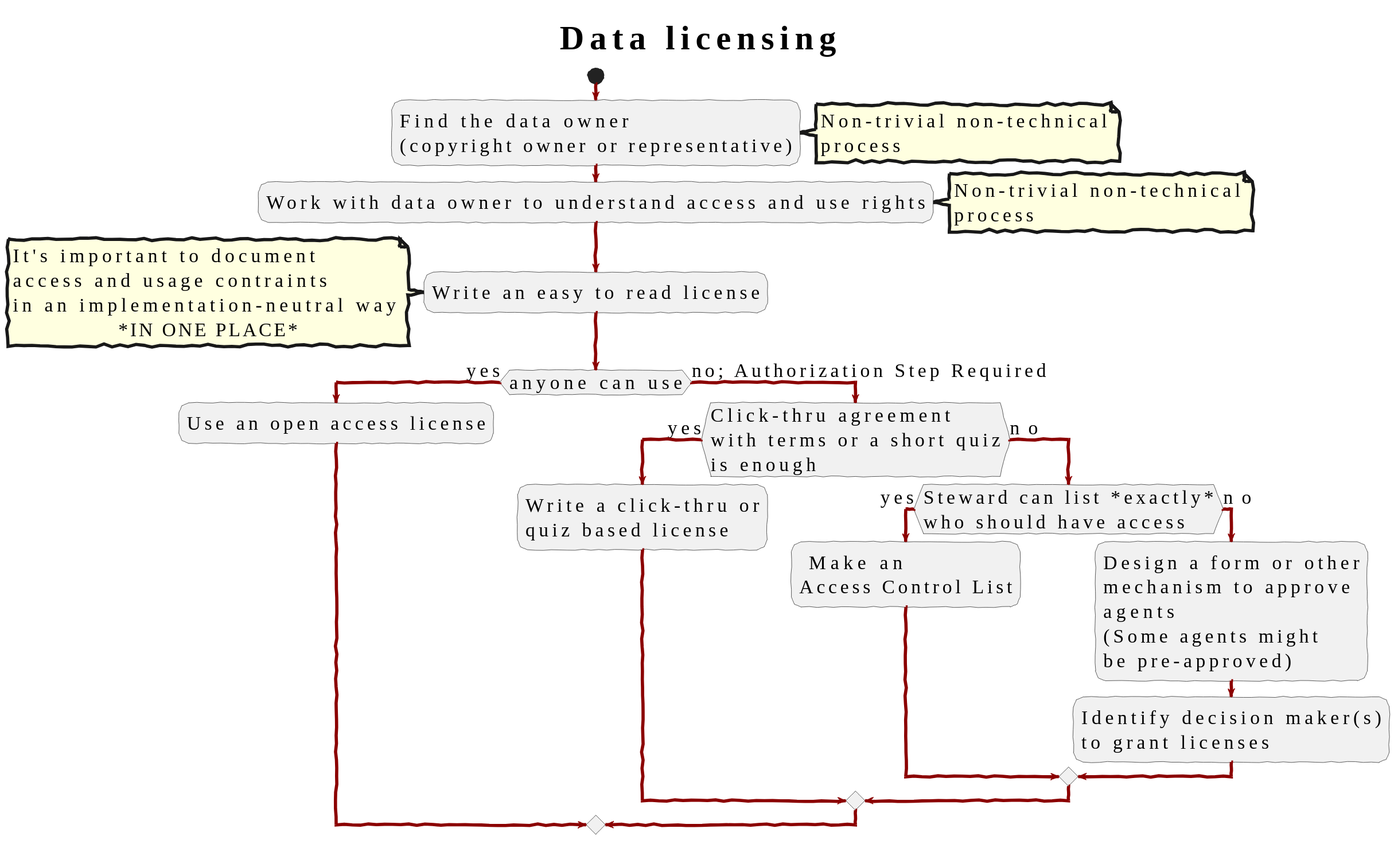
The PlantUML diagram ldaca/data-licensing.svg in Language-Research-Technology/plantuml-diagrams, before a commit.
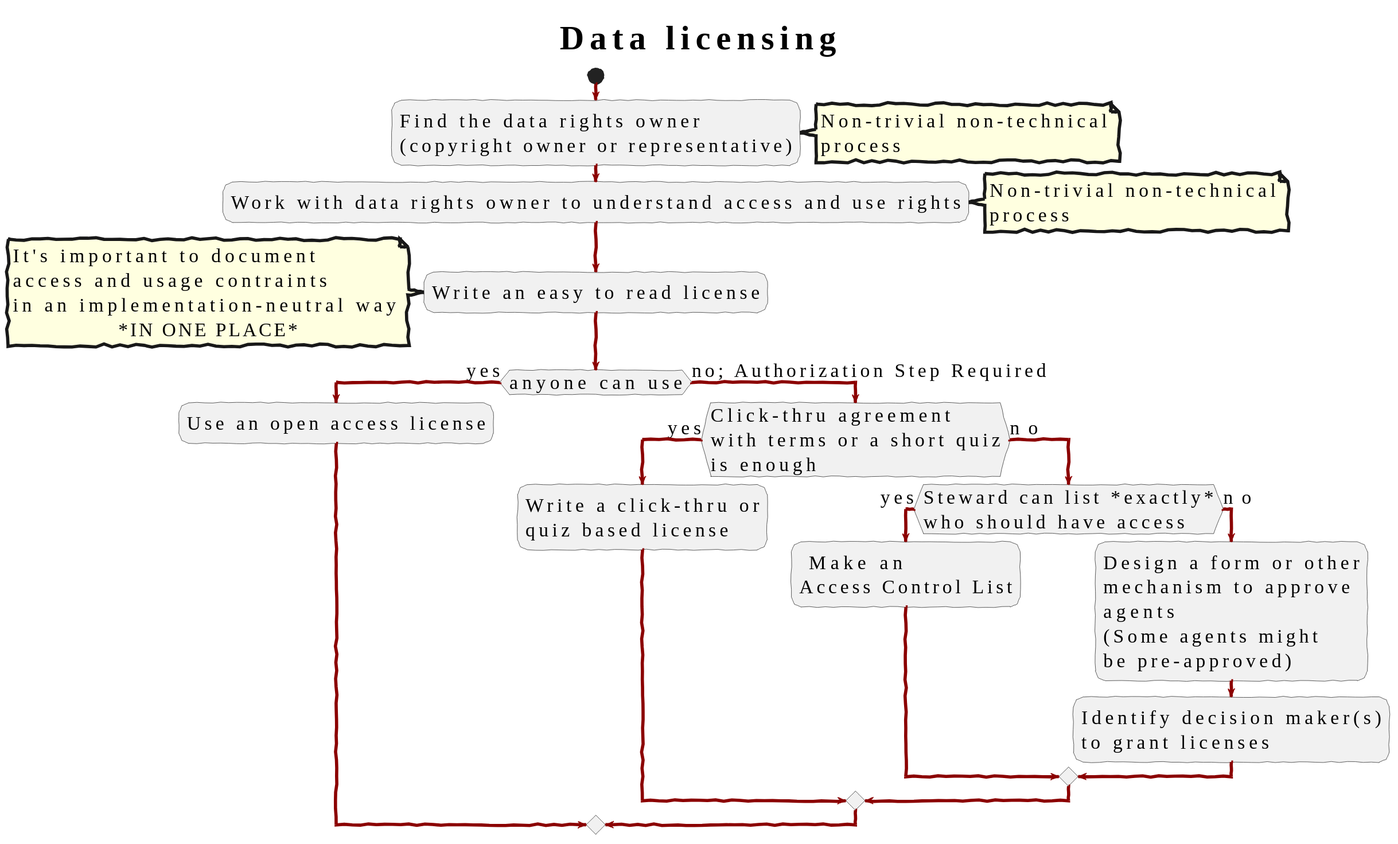
After the change.

Commit message:
updated diagram with whole arch of oni

Change to the diagram source:
```diff
@@ -5,9 +5,9 @@
 title: Data licensing
 start
 
-:Find the data owner\n(copyright owner or representative);
+:Find the data rights owner\n(copyright owner or representative);
 note right: Non-trivial non-technical\nprocess
-:Work with data owner to understand access and use rights;
+:Work with data rights owner to understand access and use rights;
 note right: Non-trivial non-technical\nprocess
 
 :Write an easy to read license;
```
